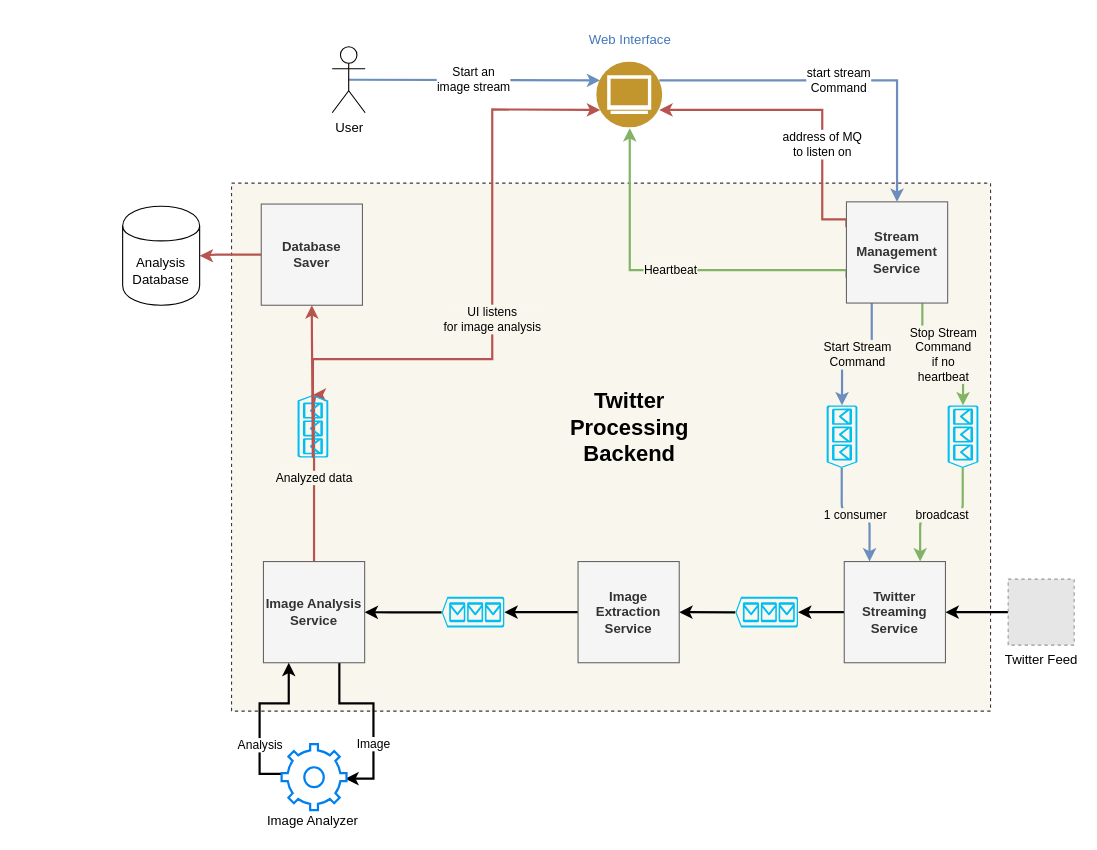
Before: Documents/EAI-imageprocessing.drawio in FilipeCapela98/EAI_Project, a draw.io diagram. Source tidied: cells renumbered, new cells numbered last; positions are measured from the earlier drawing's top-left corner, leaving out a move shared by most shapes. Both pictures are drawn from the tidied source at 110%, with x=0, y=0 at pixel (122, 46). Pictures stored in the file or linked from it are replaced by grey dashed boxes.
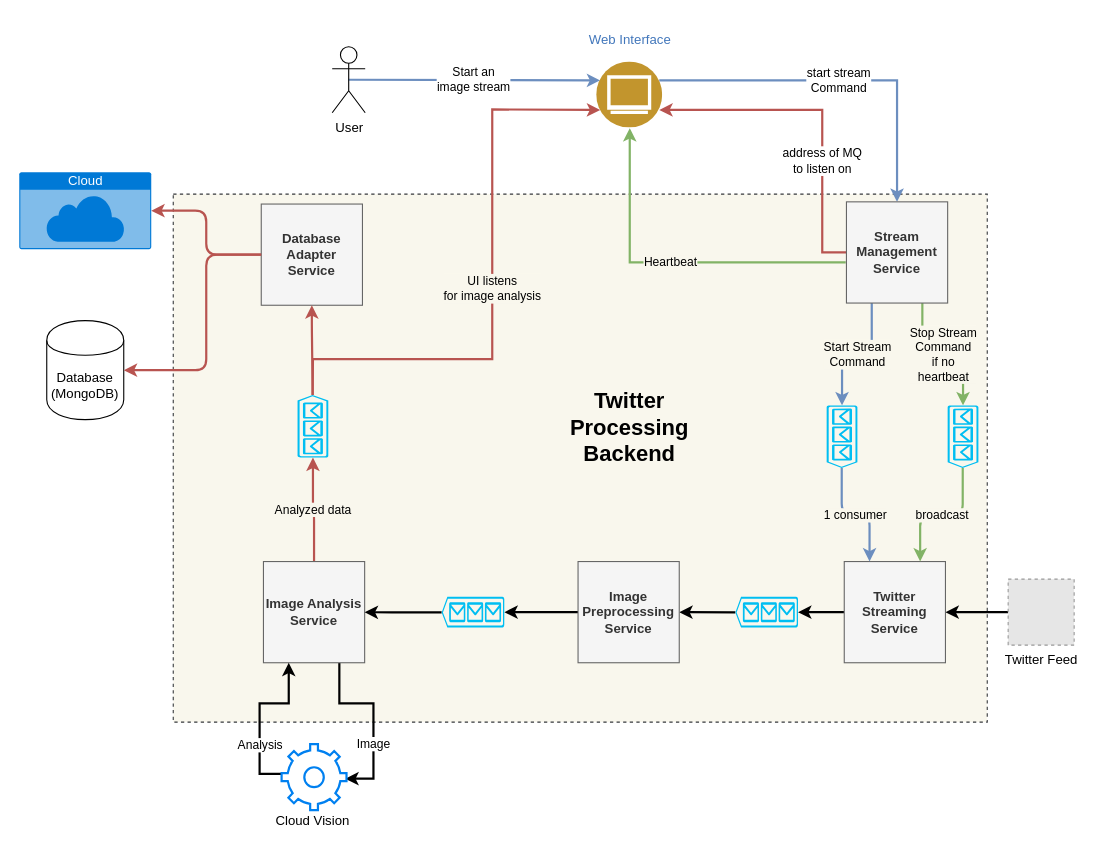
The same diagram, later.

Commit message (it also covers changes not shown here):
updated architectural diagram

Unchanged cells that the change refers to:
```xml
<mxCell id="6" value="&lt;p style=&quot;line-height: 100%&quot;&gt;Web Interface&lt;/p&gt;" style="perimeter=ellipsePerimeter;html=1;align=center;shadow=0;dashed=0;fontColor=#4277BB;labelBackgroundColor=#ffffff;fontSize=12;spacingTop=3;image;image=img/lib/ibm/users/browser.svg;labelPosition=center;verticalLabelPosition=top;verticalAlign=bottom;" parent="1" vertex="1">
  <mxGeometry x="431" y="14" width="60" height="60" as="geometry" />
</mxCell>
<mxCell id="11" value="&lt;b&gt;Stream Management Service&lt;/b&gt;" style="whiteSpace=wrap;html=1;fillColor=#f5f5f5;strokeColor=#666666;fontColor=#333333;" parent="1" vertex="1">
  <mxGeometry x="658" y="141" width="92" height="92" as="geometry" />
</mxCell>
<mxCell id="22" value="&lt;b&gt;Image Analysis Service&lt;/b&gt;" style="whiteSpace=wrap;html=1;fillColor=#f5f5f5;strokeColor=#666666;fontColor=#333333;" parent="1" vertex="1">
  <mxGeometry x="128" y="468" width="92" height="92" as="geometry" />
</mxCell>
<mxCell id="28" style="verticalLabelPosition=bottom;html=1;verticalAlign=top;align=center;strokeColor=none;fillColor=#00BEF2;shape=mxgraph.azure.queue_generic;direction=south;flipH=0;flipV=1;" parent="1" vertex="1">
  <mxGeometry x="159" y="316.5" width="28" height="57" as="geometry" />
</mxCell>
```

Diff of the diagram source:
```diff
@@
     <mxCell id="2" style="rounded=0;whiteSpace=wrap;html=1;fillColor=#f9f7ed;strokeColor=#36393d;dashed=1;" parent="1" vertex="1">
-      <mxGeometry x="99" y="124" width="690" height="480" as="geometry" />
+      <mxGeometry x="46" y="134" width="740" height="480" as="geometry" />
     </mxCell>
@@
-    <mxCell id="7" value="address of MQ&lt;br&gt;to listen on" style="edgeStyle=orthogonalEdgeStyle;rounded=0;jettySize=auto;html=1;exitX=0;exitY=0.25;exitDx=0;exitDy=0;strokeWidth=2;fillColor=#f8cecc;strokeColor=#b85450;entryX=1;entryY=0.75;entryDx=0;entryDy=0;" parent="1" edge="1" source="11" target="6">
+    <mxCell id="7" value="address of MQ&lt;br&gt;to listen on" style="edgeStyle=orthogonalEdgeStyle;rounded=0;jettySize=auto;html=1;exitX=0;exitY=0.5;exitDx=0;exitDy=0;strokeWidth=2;fillColor=#f8cecc;strokeColor=#b85450;entryX=1;entryY=0.75;entryDx=0;entryDy=0;" parent="1" edge="1" source="11" target="6">
       <mxGeometry x="-0.3" relative="1" as="geometry">
         <Array as="points">
-          <mxPoint x="636" y="157" />
+          <mxPoint x="636" y="187" />
           <mxPoint x="636" y="57" />
         </Array>
       </mxGeometry>
     </mxCell>
-    <mxCell id="8" value="Heartbeat" style="edgeStyle=orthogonalEdgeStyle;rounded=0;jettySize=auto;html=1;exitX=0;exitY=0.75;exitDx=0;exitDy=0;entryX=0.5;entryY=1;entryDx=0;entryDy=0;strokeWidth=2;fillColor=#d5e8d4;strokeColor=#82b366;labelBackgroundColor=#F9F7ED;" parent="1" edge="1" source="11" target="6">
+    <mxCell id="8" value="Heartbeat" style="edgeStyle=orthogonalEdgeStyle;rounded=0;jettySize=auto;html=1;exitX=-0.007;exitY=0.598;exitDx=0;exitDy=0;entryX=0.5;entryY=1;entryDx=0;entryDy=0;strokeWidth=2;fillColor=#d5e8d4;strokeColor=#82b366;labelBackgroundColor=#F9F7ED;exitPerimeter=0;" parent="1" edge="1" source="11" target="6">
       <mxGeometry relative="1" as="geometry">
         <Array as="points">
-          <mxPoint x="461" y="203" />
+          <mxPoint x="461" y="196" />
         </Array>
       </mxGeometry>
     </mxCell>
@@
-    <mxCell id="19" value="&lt;b&gt;Image Extraction Service&lt;/b&gt;" style="whiteSpace=wrap;html=1;fillColor=#f5f5f5;strokeColor=#666666;fontColor=#333333;" parent="1" vertex="1">
+    <mxCell id="19" value="&lt;b&gt;Image Preprocessing Service&lt;/b&gt;" style="whiteSpace=wrap;html=1;fillColor=#f5f5f5;strokeColor=#666666;fontColor=#333333;" parent="1" vertex="1">
       <mxGeometry x="414" y="468" width="92" height="92" as="geometry" />
     </mxCell>
-    <mxCell id="20" value="Analyzed data" style="edgeStyle=orthogonalEdgeStyle;rounded=1;jettySize=auto;html=1;exitX=0.5;exitY=0;exitDx=0;exitDy=0;strokeWidth=2;fillColor=#f8cecc;strokeColor=#b85450;entryX=1;entryY=0.51;entryDx=0;entryDy=0;entryPerimeter=0;labelBackgroundColor=#F9F7ED;" parent="1" edge="1" source="22" target="28">
-      <mxGeometry relative="1" as="geometry">
-        <Array as="points">
-          <mxPoint x="174" y="384" />
-          <mxPoint x="174" y="384" />
-        </Array>
-      </mxGeometry>
+    <mxCell id="20" value="Analyzed data" style="edgeStyle=orthogonalEdgeStyle;rounded=1;jettySize=auto;html=1;exitX=0.5;exitY=0;exitDx=0;exitDy=0;strokeWidth=2;fillColor=#f8cecc;strokeColor=#b85450;labelBackgroundColor=#F9F7ED;entryX=0;entryY=0.5;entryDx=0;entryDy=0;entryPerimeter=0;" parent="1" edge="1" source="22" target="28">
+      <mxGeometry relative="1" as="geometry" />
     </mxCell>
@@
-    <mxCell id="27" value="Image Analyzer" style="text;html=1;strokeColor=none;fillColor=none;align=center;verticalAlign=middle;whiteSpace=wrap;rounded=0;" parent="1" vertex="1">
+    <mxCell id="27" value="Cloud Vision" style="text;html=1;strokeColor=none;fillColor=none;align=center;verticalAlign=middle;whiteSpace=wrap;rounded=0;" parent="1" vertex="1">
       <mxGeometry x="128" y="694" width="90" height="20" as="geometry" />
     </mxCell>
@@
-    <mxCell id="33" style="edgeStyle=orthogonalEdgeStyle;rounded=1;jettySize=auto;html=1;exitX=0;exitY=0.5;exitDx=0;exitDy=0;entryX=1;entryY=0.5;entryDx=0;entryDy=0;strokeWidth=2;fillColor=#f8cecc;strokeColor=#b85450;" parent="1" edge="1" source="34" target="37">
+    <mxCell id="33" style="edgeStyle=orthogonalEdgeStyle;rounded=1;jettySize=auto;html=1;exitX=0;exitY=0.5;exitDx=0;exitDy=0;entryX=1;entryY=0.5;entryDx=0;entryDy=0;strokeWidth=2;fillColor=#f8cecc;strokeColor=#b85450;entryPerimeter=0;" parent="1" edge="1" source="34" target="39">
       <mxGeometry relative="1" as="geometry">
         <Array as="points">
           <mxPoint x="76" y="189" />
+          <mxPoint x="76" y="149" />
         </Array>
       </mxGeometry>
     </mxCell>
-    <mxCell id="34" value="&lt;b&gt;Database&lt;br&gt;Saver&lt;/b&gt;" style="whiteSpace=wrap;html=1;fillColor=#f5f5f5;strokeColor=#666666;fontColor=#333333;" parent="1" vertex="1">
+    <mxCell id="34" value="&lt;b&gt;Database Adapter Service&lt;/b&gt;" style="whiteSpace=wrap;html=1;fillColor=#f5f5f5;strokeColor=#666666;fontColor=#333333;" parent="1" vertex="1">
       <mxGeometry x="126" y="143" width="92" height="92" as="geometry" />
     </mxCell>
-    <mxCell id="35" style="endArrow=classic;html=1;strokeColor=#B85450;strokeWidth=2;exitX=0;exitY=0.5;exitDx=0;exitDy=0;exitPerimeter=0;entryX=0.5;entryY=1;entryDx=0;entryDy=0;" parent="1" edge="1" source="28" target="34">
+    <mxCell id="35" style="endArrow=classic;html=1;strokeColor=#B85450;strokeWidth=2;entryX=0.5;entryY=1;entryDx=0;entryDy=0;exitX=1;exitY=0.51;exitDx=0;exitDy=0;exitPerimeter=0;" parent="1" edge="1" source="28" target="34">
       <mxGeometry relative="1" as="geometry">
         <Array as="points">
           <mxPoint x="172" y="254" />
         </Array>
       </mxGeometry>
     </mxCell>
-    <mxCell id="36" value="&lt;span style=&quot;&quot;&gt;UI listens&lt;br&gt;for image analysis&lt;/span&gt;" style="endArrow=classic;html=1;strokeColor=#B85450;strokeWidth=2;exitX=0;exitY=0.5;exitDx=0;exitDy=0;exitPerimeter=0;entryX=0;entryY=0.75;entryDx=0;entryDy=0;rounded=0;labelBackgroundColor=#F9F7ED;" parent="1" edge="1" source="28" target="6">
+    <mxCell id="36" value="&lt;span style=&quot;&quot;&gt;UI listens&lt;br&gt;for image analysis&lt;/span&gt;" style="endArrow=classic;html=1;strokeColor=#B85450;strokeWidth=2;exitX=1;exitY=0.51;exitDx=0;exitDy=0;exitPerimeter=0;entryX=0;entryY=0.75;entryDx=0;entryDy=0;rounded=0;labelBackgroundColor=#F9F7ED;" parent="1" edge="1" source="28" target="6">
       <mxGeometry relative="1" as="geometry">
         <Array as="points">
           <mxPoint x="173" y="284" />
           <mxPoint x="336" y="284" />
           <mxPoint x="336" y="57" />
         </Array>
       </mxGeometry>
     </mxCell>
-    <mxCell id="37" value="&lt;span style=&quot;white-space: normal&quot;&gt;Analysis Database&lt;/span&gt;" style="shape=cylinder;whiteSpace=wrap;html=1;boundedLbl=1;backgroundOutline=1;" parent="1" vertex="1">
-      <mxGeometry y="145" width="70" height="90" as="geometry" />
+    <mxCell id="37" value="&lt;span style=&quot;white-space: normal&quot;&gt;Database (MongoDB)&lt;/span&gt;" style="shape=cylinder;whiteSpace=wrap;html=1;boundedLbl=1;backgroundOutline=1;" parent="1" vertex="1">
+      <mxGeometry x="-69" y="249" width="70" height="90" as="geometry" />
     </mxCell>
@@
+    <mxCell id="39" value="Cloud" style="html=1;strokeColor=none;fillColor=#0079D6;labelPosition=center;verticalLabelPosition=middle;verticalAlign=top;align=center;fontSize=12;outlineConnect=0;spacingTop=-6;fontColor=#FFFFFF;shape=mxgraph.sitemap.cloud;" parent="1" vertex="1">
+      <mxGeometry x="-94" y="114" width="120" height="70" as="geometry" />
+    </mxCell>
+    <mxCell id="40" style="edgeStyle=orthogonalEdgeStyle;rounded=1;jettySize=auto;html=1;exitX=0;exitY=0.5;exitDx=0;exitDy=0;entryX=1;entryY=0.5;entryDx=0;entryDy=0;strokeWidth=2;fillColor=#f8cecc;strokeColor=#b85450;" parent="1" edge="1" source="34" target="37">
+      <mxGeometry relative="1" as="geometry">
+        <Array as="points">
+          <mxPoint x="76" y="189" />
+          <mxPoint x="76" y="294" />
+        </Array>
+      </mxGeometry>
+    </mxCell>
```
